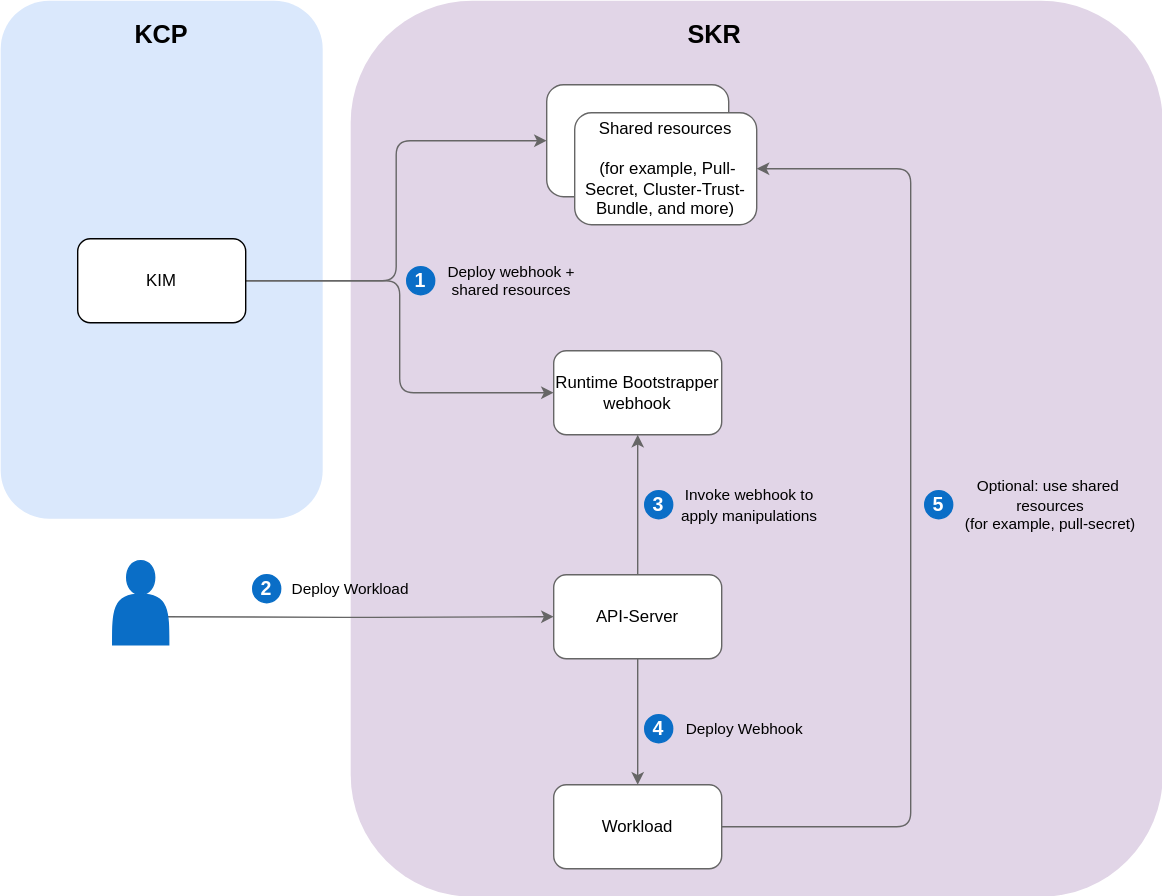
The draw.io diagram docs/assets/high-level-arch.drawio.svg in kyma-project/rt-bootstrapper, before a commit. Source tidied: cells renumbered, new cells last; positions are measured from the earlier drawing's top-left corner, leaving out a move shared by most shapes. The source it was exported from:
```xml
<mxGraphModel background="#ffffff">
  <root>
    <mxCell id="0" />
    <mxCell id="1" parent="0" />
    <mxCell id="2" style="rounded=1;whiteSpace=wrap;html=1;fillColor=#e1d5e7;strokeColor=none;" parent="1" vertex="1">
      <mxGeometry x="250" width="580" height="640" as="geometry" />
    </mxCell>
    <mxCell id="3" style="rounded=1;whiteSpace=wrap;html=1;fillColor=#dae8fc;strokeColor=none;" parent="1" vertex="1">
      <mxGeometry width="230" height="370" as="geometry" />
    </mxCell>
    <mxCell id="4" style="edgeStyle=orthogonalEdgeStyle;rounded=1;jettySize=auto;html=1;exitX=1;exitY=0.5;exitDx=0;exitDy=0;entryX=0;entryY=0.5;entryDx=0;entryDy=0;curved=0;strokeColor=#666666;" parent="1" edge="1" source="6" target="11">
      <mxGeometry relative="1" as="geometry" />
    </mxCell>
    <mxCell id="5" style="edgeStyle=orthogonalEdgeStyle;rounded=1;jettySize=auto;html=1;entryX=0;entryY=0.5;entryDx=0;entryDy=0;curved=0;strokeColor=#666666;" parent="1" edge="1" source="6" target="10">
      <mxGeometry relative="1" as="geometry" />
    </mxCell>
    <mxCell id="6" value="KIM" style="rounded=1;whiteSpace=wrap;html=1;" parent="1" vertex="1">
      <mxGeometry x="55" y="170" width="120" height="60" as="geometry" />
    </mxCell>
    <mxCell id="7" style="edgeStyle=orthogonalEdgeStyle;rounded=1;jettySize=auto;html=1;exitX=0.5;exitY=0;exitDx=0;exitDy=0;entryX=0.5;entryY=1;entryDx=0;entryDy=0;curved=0;strokeColor=#666666;" parent="1" edge="1" source="9" target="10">
      <mxGeometry relative="1" as="geometry" />
    </mxCell>
    <mxCell id="8" style="edgeStyle=orthogonalEdgeStyle;rounded=1;jettySize=auto;html=1;exitX=0.5;exitY=1;exitDx=0;exitDy=0;entryX=0.5;entryY=0;entryDx=0;entryDy=0;curved=0;strokeColor=#666666;" parent="1" edge="1" source="9" target="14">
      <mxGeometry relative="1" as="geometry" />
    </mxCell>
    <mxCell id="9" value="API-Server" style="rounded=1;whiteSpace=wrap;html=1;strokeColor=#666666;" parent="1" vertex="1">
      <mxGeometry x="395" y="410" width="120" height="60" as="geometry" />
    </mxCell>
    <mxCell id="10" value="Runtime Bootstrapper&lt;div&gt;webhook&lt;/div&gt;" style="rounded=1;whiteSpace=wrap;html=1;strokeColor=#666666;" parent="1" vertex="1">
      <mxGeometry x="395" y="250" width="120" height="60" as="geometry" />
    </mxCell>
    <mxCell id="11" style="rounded=1;whiteSpace=wrap;html=1;strokeColor=#666666;" parent="1" vertex="1">
      <mxGeometry x="390" y="60" width="130" height="80" as="geometry" />
    </mxCell>
    <mxCell id="12" value="Shared resources&lt;div&gt;&lt;br&gt;&lt;/div&gt;&lt;div&gt;&amp;nbsp;(for example, Pull-Secret, Cluster-Trust-Bundle, and more)&lt;/div&gt;" style="rounded=1;whiteSpace=wrap;html=1;strokeColor=#666666;" parent="1" vertex="1">
      <mxGeometry x="410" y="80" width="130" height="80" as="geometry" />
    </mxCell>
    <mxCell id="13" style="edgeStyle=orthogonalEdgeStyle;rounded=1;jettySize=auto;html=1;exitX=1;exitY=0.5;exitDx=0;exitDy=0;entryX=1;entryY=0.5;entryDx=0;entryDy=0;curved=0;strokeColor=#666666;" parent="1" edge="1" source="14" target="12">
      <mxGeometry relative="1" as="geometry">
        <Array as="points">
          <mxPoint x="650" y="590" />
          <mxPoint x="650" y="120" />
        </Array>
      </mxGeometry>
    </mxCell>
    <mxCell id="14" value="Workload" style="rounded=1;whiteSpace=wrap;html=1;strokeColor=#666666;" parent="1" vertex="1">
      <mxGeometry x="395" y="560" width="120" height="60" as="geometry" />
    </mxCell>
    <mxCell id="15" style="edgeStyle=orthogonalEdgeStyle;rounded=1;jettySize=auto;html=1;exitX=0.5;exitY=0.5;exitDx=0;exitDy=0;exitPerimeter=0;entryX=0;entryY=0.5;entryDx=0;entryDy=0;curved=0;strokeColor=#666666;" parent="1" edge="1" target="9">
      <mxGeometry relative="1" as="geometry">
        <mxPoint x="115" y="440" as="sourcePoint" />
      </mxGeometry>
    </mxCell>
    <mxCell id="16" value="&lt;font style=&quot;font-size: 18px;&quot;&gt;&lt;b&gt;KCP&lt;/b&gt;&lt;/font&gt;" style="text;html=1;whiteSpace=wrap;strokeColor=none;fillColor=none;align=center;verticalAlign=middle;rounded=0;" parent="1" vertex="1">
      <mxGeometry x="85" y="10" width="60" height="30" as="geometry" />
    </mxCell>
    <mxCell id="17" value="&lt;font style=&quot;font-size: 18px;&quot;&gt;&lt;b&gt;SKR&lt;/b&gt;&lt;/font&gt;" style="text;html=1;whiteSpace=wrap;strokeColor=none;fillColor=none;align=center;verticalAlign=middle;rounded=0;" parent="1" vertex="1">
      <mxGeometry x="480" y="10" width="60" height="30" as="geometry" />
    </mxCell>
    <mxCell id="18" style="shape=actor;whiteSpace=wrap;html=1;fillColor=#0a6ec7;strokeColor=#0a6ec7;" parent="1" vertex="1">
      <mxGeometry x="80" y="400" width="40" height="60" as="geometry" />
    </mxCell>
    <mxCell id="19" value="&lt;font color=&quot;#ffffff&quot; size=&quot;1&quot;&gt;&lt;b style=&quot;font-size: 14px;&quot;&gt;5&lt;/b&gt;&lt;/font&gt;" style="ellipse;whiteSpace=wrap;html=1;fontSize=12;fillColor=#0a6ec7;strokeColor=#0a6ec7;" parent="1" vertex="1">
      <mxGeometry x="660" y="350" width="20" height="20" as="geometry" />
    </mxCell>
    <mxCell id="20" value="&lt;font color=&quot;#ffffff&quot; size=&quot;1&quot;&gt;&lt;b style=&quot;font-size: 14px;&quot;&gt;1&lt;/b&gt;&lt;/font&gt;" style="ellipse;whiteSpace=wrap;html=1;fontSize=12;fillColor=#0a6ec7;strokeColor=#0a6ec7;" parent="1" vertex="1">
      <mxGeometry x="290" y="190" width="20" height="20" as="geometry" />
    </mxCell>
    <mxCell id="21" value="&lt;span style=&quot;text-wrap: nowrap; font-size: 11px;&quot;&gt;Optional:&amp;nbsp;&lt;/span&gt;&lt;span style=&quot;text-wrap: nowrap; font-size: 11px;&quot;&gt;use shared&amp;nbsp;&lt;/span&gt;&lt;div&gt;&lt;span style=&quot;text-wrap: nowrap; font-size: 11px;&quot;&gt;resources&lt;/span&gt;&lt;div style=&quot;text-wrap: nowrap; font-size: 11px;&quot;&gt;(for example, pull-secret)&lt;/div&gt;&lt;/div&gt;" style="text;html=1;align=center;verticalAlign=middle;whiteSpace=wrap;rounded=0;" parent="1" vertex="1">
      <mxGeometry x="670" y="340" width="160" height="40" as="geometry" />
    </mxCell>
    <mxCell id="22" value="&lt;span style=&quot;font-size: 11px; text-wrap: nowrap;&quot;&gt;Deploy webhook +&lt;/span&gt;&lt;div style=&quot;font-size: 11px; text-wrap: nowrap;&quot;&gt;shared resources&lt;/div&gt;" style="text;html=1;align=center;verticalAlign=middle;whiteSpace=wrap;rounded=0;" parent="1" vertex="1">
      <mxGeometry x="310" y="185" width="110" height="30" as="geometry" />
    </mxCell>
    <mxCell id="23" value="&lt;font color=&quot;#ffffff&quot; size=&quot;1&quot;&gt;&lt;b style=&quot;font-size: 14px;&quot;&gt;2&lt;/b&gt;&lt;/font&gt;" style="ellipse;whiteSpace=wrap;html=1;fontSize=12;fillColor=#0a6ec7;strokeColor=#0a6ec7;" parent="1" vertex="1">
      <mxGeometry x="180" y="410" width="20" height="20" as="geometry" />
    </mxCell>
    <mxCell id="24" value="&lt;span style=&quot;font-size: 11px; text-wrap: nowrap;&quot;&gt;Deploy Workload&lt;/span&gt;" style="text;html=1;align=center;verticalAlign=middle;whiteSpace=wrap;rounded=0;" parent="1" vertex="1">
      <mxGeometry x="200" y="410" width="100" height="20" as="geometry" />
    </mxCell>
    <mxCell id="25" value="&lt;font color=&quot;#ffffff&quot; size=&quot;1&quot;&gt;&lt;b style=&quot;font-size: 14px;&quot;&gt;4&lt;/b&gt;&lt;/font&gt;" style="ellipse;whiteSpace=wrap;html=1;fontSize=12;fillColor=#0a6ec7;strokeColor=#0a6ec7;" parent="1" vertex="1">
      <mxGeometry x="460" y="510" width="20" height="20" as="geometry" />
    </mxCell>
    <mxCell id="26" value="&lt;span style=&quot;font-size: 11px; text-wrap: nowrap;&quot;&gt;&amp;nbsp;Deploy Webhook&lt;/span&gt;" style="text;html=1;align=center;verticalAlign=middle;whiteSpace=wrap;rounded=0;" parent="1" vertex="1">
      <mxGeometry x="480" y="505" width="100" height="30" as="geometry" />
    </mxCell>
    <mxCell id="27" value="&lt;font color=&quot;#ffffff&quot; size=&quot;1&quot;&gt;&lt;b style=&quot;font-size: 14px;&quot;&gt;3&lt;/b&gt;&lt;/font&gt;" style="ellipse;whiteSpace=wrap;html=1;fontSize=12;fillColor=#0a6ec7;strokeColor=#0a6ec7;" parent="1" vertex="1">
      <mxGeometry x="460" y="350" width="20" height="20" as="geometry" />
    </mxCell>
    <mxCell id="28" value="&lt;span style=&quot;font-size: 11px; text-wrap: nowrap;&quot;&gt;Invoke webhook to&lt;/span&gt;&lt;br style=&quot;font-size: 11px; text-wrap: nowrap;&quot;&gt;&lt;span style=&quot;font-size: 11px; text-wrap: nowrap;&quot;&gt;apply manipulations&lt;/span&gt;" style="text;html=1;align=center;verticalAlign=middle;whiteSpace=wrap;rounded=0;" parent="1" vertex="1">
      <mxGeometry x="480" y="345" width="110" height="30" as="geometry" />
    </mxCell>
  </root>
</mxGraphModel>
```
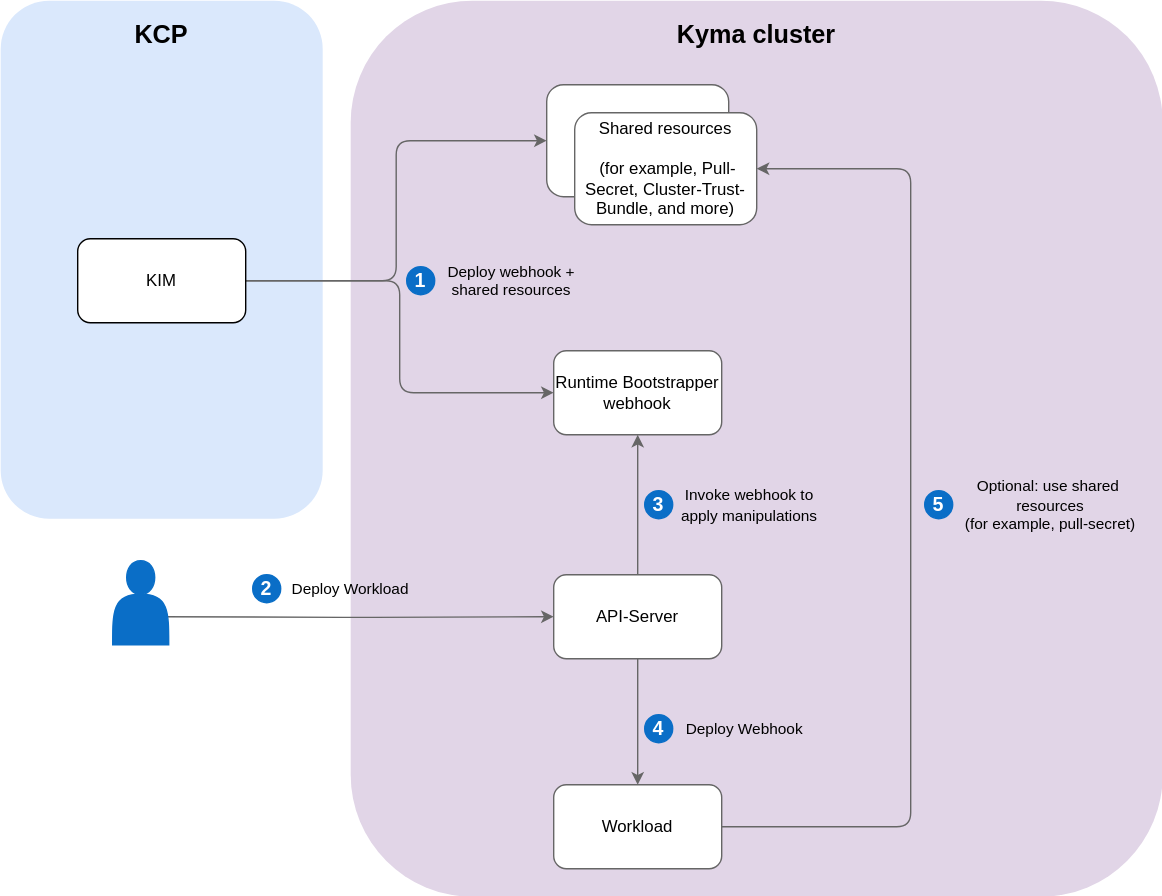
Above is the later version.

Diff of the diagram source:
```diff
@@ -54,8 +54,8 @@
     <mxCell id="16" value="&lt;font style=&quot;font-size: 18px;&quot;&gt;&lt;b&gt;KCP&lt;/b&gt;&lt;/font&gt;" style="text;html=1;whiteSpace=wrap;strokeColor=none;fillColor=none;align=center;verticalAlign=middle;rounded=0;" parent="1" vertex="1">
       <mxGeometry x="85" y="10" width="60" height="30" as="geometry" />
     </mxCell>
-    <mxCell id="17" value="&lt;font style=&quot;font-size: 18px;&quot;&gt;&lt;b&gt;SKR&lt;/b&gt;&lt;/font&gt;" style="text;html=1;whiteSpace=wrap;strokeColor=none;fillColor=none;align=center;verticalAlign=middle;rounded=0;" parent="1" vertex="1">
-      <mxGeometry x="480" y="10" width="60" height="30" as="geometry" />
+    <mxCell id="17" value="&lt;font style=&quot;font-size: 18px;&quot;&gt;&lt;b&gt;Kyma cluster&lt;/b&gt;&lt;/font&gt;" style="text;html=1;whiteSpace=wrap;strokeColor=none;fillColor=none;align=center;verticalAlign=middle;rounded=0;" parent="1" vertex="1">
+      <mxGeometry x="460" y="5" width="160" height="40" as="geometry" />
     </mxCell>
     <mxCell id="18" style="shape=actor;whiteSpace=wrap;html=1;fillColor=#0a6ec7;strokeColor=#0a6ec7;" parent="1" vertex="1">
       <mxGeometry x="80" y="400" width="40" height="60" as="geometry" />
```
